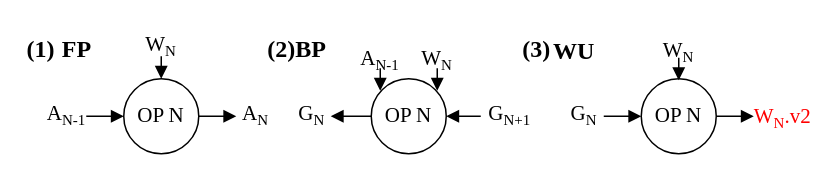
This is fig/pipeline_new.drawio from icszhr/NCheck, a draw.io file, before an edit. Source tidied: cells renumbered, new cells numbered last; positions are measured from the earlier drawing's top-left corner, leaving out a move shared by most shapes. Both pictures are drawn from the tidied source at 150%, with x=0, y=0 at pixel (26, 26).
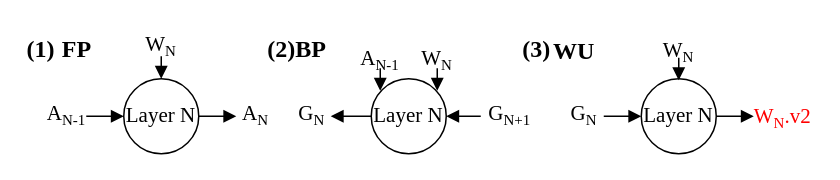
Above is the later version.

What changed in the source:
```diff
@@
-    <mxCell id="6" value="OP N" style="ellipse;whiteSpace=wrap;html=1;fontFamily=Times New Roman;fontSize=14;" parent="1" vertex="1">
+    <mxCell id="6" value="Layer N" style="ellipse;whiteSpace=wrap;html=1;fontFamily=Times New Roman;fontSize=14;" parent="1" vertex="1">
       <mxGeometry x="65" y="35" width="50" height="50" as="geometry" />
     </mxCell>
@@
-    <mxCell id="14" value="&lt;font style=&quot;font-size: 14px;&quot;&gt;OP N&lt;/font&gt;" style="ellipse;whiteSpace=wrap;html=1;fontFamily=Times New Roman;" parent="1" vertex="1">
+    <mxCell id="14" value="&lt;font style=&quot;font-size: 14px;&quot;&gt;Layer N&lt;/font&gt;" style="ellipse;whiteSpace=wrap;html=1;fontFamily=Times New Roman;" parent="1" vertex="1">
       <mxGeometry x="230" y="35" width="50" height="50" as="geometry" />
     </mxCell>
@@
-    <mxCell id="27" value="OP N" style="ellipse;whiteSpace=wrap;html=1;fontFamily=Times New Roman;fontSize=14;" parent="1" vertex="1">
+    <mxCell id="27" value="Layer N" style="ellipse;whiteSpace=wrap;html=1;fontFamily=Times New Roman;fontSize=14;" parent="1" vertex="1">
       <mxGeometry x="410" y="35" width="50" height="50" as="geometry" />
     </mxCell>
```
